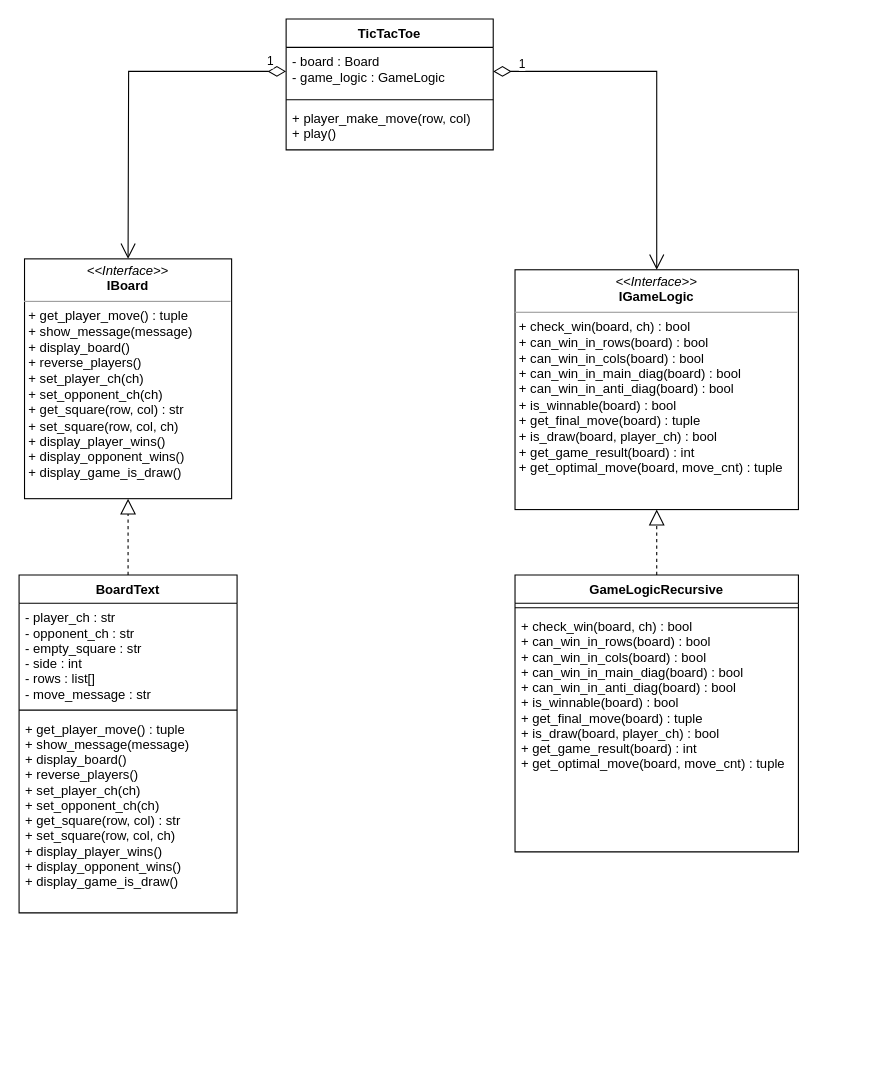
Before: Doc/Class_Diagram.drawio in dimitarnn/PythonTicTacToe, a draw.io diagram. Source tidied: cells renumbered, new cells numbered last; positions are measured from the earlier drawing's top-left corner, leaving out a move shared by most shapes. Both pictures are drawn from the tidied source at 109%, with x=0, y=0 at pixel (19, 19).
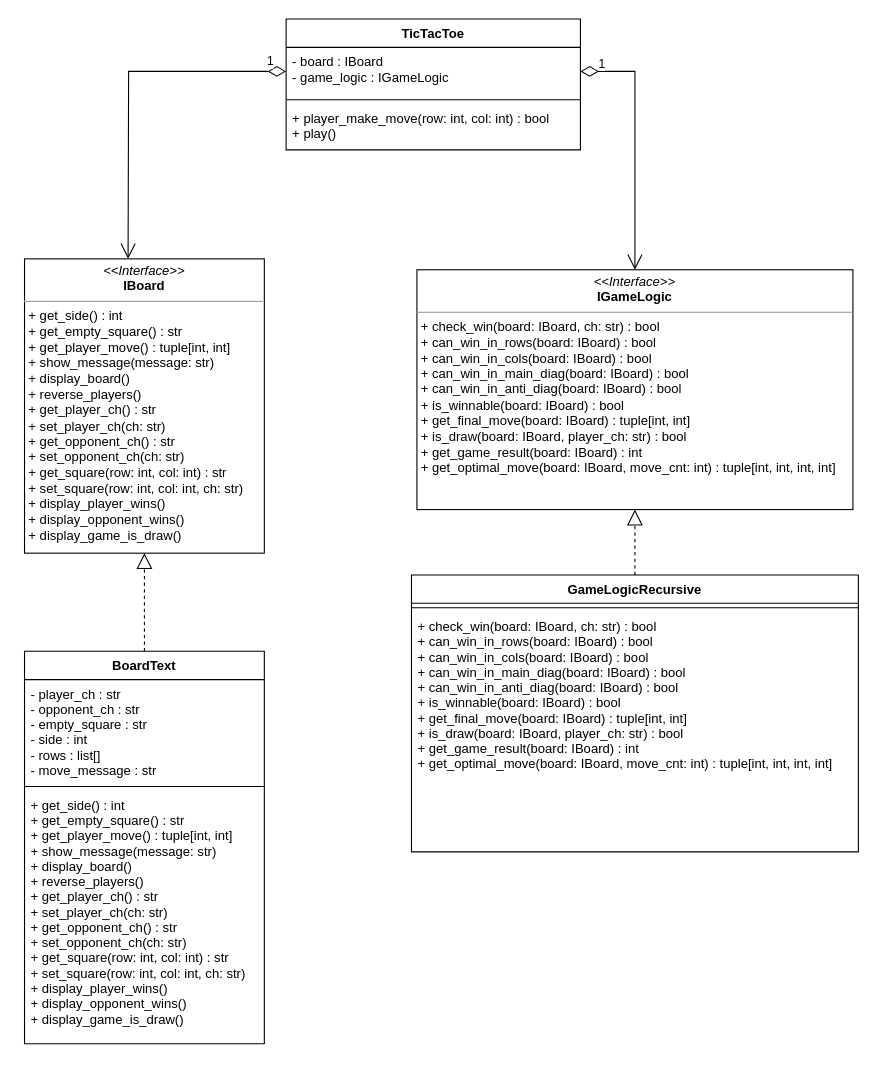
Above is the later version.

Diff of the diagram source:
```diff
@@
 <mxGraphModel>
   <root>
     <mxCell id="0" />
     <mxCell id="1" parent="0" />
     <mxCell id="2" value="GameLogicRecursive" style="swimlane;fontStyle=1;align=center;verticalAlign=top;horizontal=1;startSize=26;" parent="1" vertex="1">
-      <mxGeometry x="455" y="510" width="260" height="254" as="geometry" />
+      <mxGeometry x="360" y="510" width="410" height="254" as="geometry" />
     </mxCell>
-    <mxCell id="3" style="line;strokeWidth=1;fillColor=none;align=left;verticalAlign=middle;spacingTop=-1;spacingLeft=3;spacingRight=3;labelPosition=right;" parent="2" vertex="1">
-      <mxGeometry y="26" width="260" height="8" as="geometry" />
-    </mxCell>
-    <mxCell id="4" value="+ check_win(board, ch) : bool&#10;+ can_win_in_rows(board) : bool&#10;+ can_win_in_cols(board) : bool&#10;+ can_win_in_main_diag(board) : bool&#10;+ can_win_in_anti_diag(board) : bool&#10;+ is_winnable(board) : bool&#10;+ get_final_move(board) : tuple&#10;+ is_draw(board, player_ch) : bool&#10;+ get_game_result(board) : int&#10;+ get_optimal_move(board, move_cnt) : tuple" style="text;strokeColor=none;fillColor=none;align=left;verticalAlign=top;spacingLeft=4;spacingRight=4;overflow=hidden;" parent="2" vertex="1">
-      <mxGeometry y="34" width="260" height="220" as="geometry" />
-    </mxCell>
+    <mxCell id="19" style="line;strokeWidth=1;fillColor=none;align=left;verticalAlign=middle;spacingTop=-1;spacingLeft=3;spacingRight=3;labelPosition=right;" parent="2" vertex="1">
+      <mxGeometry y="26" width="410" height="8" as="geometry" />
+    </mxCell>
+    <mxCell id="20" value="+ check_win(board: IBoard, ch: str) : bool&#10;+ can_win_in_rows(board: IBoard) : bool&#10;+ can_win_in_cols(board: IBoard) : bool&#10;+ can_win_in_main_diag(board: IBoard) : bool&#10;+ can_win_in_anti_diag(board: IBoard) : bool&#10;+ is_winnable(board: IBoard) : bool&#10;+ get_final_move(board: IBoard) : tuple[int, int]&#10;+ is_draw(board: IBoard, player_ch: str) : bool&#10;+ get_game_result(board: IBoard) : int&#10;+ get_optimal_move(board: IBoard, move_cnt: int) : tuple[int, int, int, int]" style="text;strokeColor=none;fillColor=none;align=left;verticalAlign=top;spacingLeft=4;spacingRight=4;overflow=hidden;" parent="2" vertex="1">
+      <mxGeometry y="34" width="410" height="220" as="geometry" />
+    </mxCell>
     <mxCell id="5" value="TicTacToe" style="swimlane;fontStyle=1;align=center;verticalAlign=top;horizontal=1;startSize=26;" parent="1" vertex="1">
-      <mxGeometry x="245" width="190" height="120" as="geometry" />
+      <mxGeometry x="245" width="270" height="120" as="geometry" />
     </mxCell>
-    <mxCell id="6" value="- board : Board&#10;- game_logic : GameLogic" style="text;strokeColor=none;fillColor=none;align=left;verticalAlign=top;spacingLeft=4;spacingRight=4;overflow=hidden;points=[[0,0.5],[1,0.5]];portConstraint=eastwest;" parent="5" vertex="1">
-      <mxGeometry y="26" width="190" height="44" as="geometry" />
-    </mxCell>
-    <mxCell id="7" style="line;strokeWidth=1;fillColor=none;align=left;verticalAlign=middle;spacingTop=-1;spacingLeft=3;spacingRight=3;labelPosition=right;" parent="5" vertex="1">
-      <mxGeometry y="70" width="190" height="8" as="geometry" />
-    </mxCell>
-    <mxCell id="8" value="+ player_make_move(row, col)&#10;+ play()" style="text;strokeColor=none;fillColor=none;align=left;verticalAlign=top;spacingLeft=4;spacingRight=4;overflow=hidden;" parent="5" vertex="1">
-      <mxGeometry y="78" width="190" height="42" as="geometry" />
-    </mxCell>
+    <mxCell id="21" value="- board : IBoard&#10;- game_logic : IGameLogic" style="text;strokeColor=none;fillColor=none;align=left;verticalAlign=top;spacingLeft=4;spacingRight=4;overflow=hidden;points=[[0,0.5],[1,0.5]];portConstraint=eastwest;" parent="5" vertex="1">
+      <mxGeometry y="26" width="270" height="44" as="geometry" />
+    </mxCell>
+    <mxCell id="22" style="line;strokeWidth=1;fillColor=none;align=left;verticalAlign=middle;spacingTop=-1;spacingLeft=3;spacingRight=3;labelPosition=right;" parent="5" vertex="1">
+      <mxGeometry y="70" width="270" height="8" as="geometry" />
+    </mxCell>
+    <mxCell id="23" value="+ player_make_move(row: int, col: int) : bool&#10;+ play()" style="text;strokeColor=none;fillColor=none;align=left;verticalAlign=top;spacingLeft=4;spacingRight=4;overflow=hidden;" parent="5" vertex="1">
+      <mxGeometry y="78" width="270" height="42" as="geometry" />
+    </mxCell>
-    <mxCell id="9" value="1" style="endArrow=open;html=1;endSize=12;startArrow=diamondThin;startSize=14;startFill=0;edgeStyle=orthogonalEdgeStyle;align=left;verticalAlign=bottom;rounded=0;exitX=0;exitY=0.5;exitDx=0;exitDy=0;" parent="1" edge="1" source="6">
+    <mxCell id="9" value="1" style="endArrow=open;html=1;endSize=12;startArrow=diamondThin;startSize=14;startFill=0;edgeStyle=orthogonalEdgeStyle;align=left;verticalAlign=bottom;rounded=0;exitX=0;exitY=0.5;exitDx=0;exitDy=0;" parent="1" edge="1" source="21">
       <mxGeometry x="-0.88" relative="1" as="geometry">
         <mxPoint x="100" y="220" as="targetPoint" />
       </mxGeometry>
     </mxCell>
-    <mxCell id="10" value="1" style="endArrow=open;html=1;endSize=12;startArrow=diamondThin;startSize=14;startFill=0;edgeStyle=orthogonalEdgeStyle;align=left;verticalAlign=bottom;rounded=0;exitX=1;exitY=0.5;exitDx=0;exitDy=0;entryX=0.5;entryY=0;entryDx=0;entryDy=0;" parent="1" edge="1" source="6" target="18">
+    <mxCell id="10" value="1" style="endArrow=open;html=1;endSize=12;startArrow=diamondThin;startSize=14;startFill=0;edgeStyle=orthogonalEdgeStyle;align=left;verticalAlign=bottom;rounded=0;exitX=1;exitY=0.5;exitDx=0;exitDy=0;entryX=0.5;entryY=0;entryDx=0;entryDy=0;" parent="1" edge="1" source="21" target="29">
       <mxGeometry x="-0.87" y="-2" relative="1" as="geometry" />
     </mxCell>
     <mxCell id="11" value="BoardText" style="swimlane;fontStyle=1;align=center;verticalAlign=top;horizontal=1;startSize=26;" parent="1" vertex="1">
-      <mxGeometry y="510" width="200" height="310" as="geometry" />
+      <mxGeometry x="5" y="580" width="220" height="360" as="geometry" />
     </mxCell>
     <mxCell id="12" value="- player_ch : str&#10;- opponent_ch : str&#10;- empty_square : str&#10;- side : int&#10;- rows : list[]&#10;- move_message : str" style="text;strokeColor=none;fillColor=none;align=left;verticalAlign=top;spacingLeft=4;spacingRight=4;overflow=hidden;" parent="11" vertex="1">
-      <mxGeometry y="26" width="200" height="94" as="geometry" />
+      <mxGeometry y="26" width="220" height="94" as="geometry" />
     </mxCell>
-    <mxCell id="13" style="line;strokeWidth=1;fillColor=none;align=left;verticalAlign=middle;spacingTop=-1;spacingLeft=3;spacingRight=3;labelPosition=right;" parent="11" vertex="1">
-      <mxGeometry y="120" width="200" height="8" as="geometry" />
-    </mxCell>
-    <mxCell id="14" value="+ get_player_move() : tuple&#10;+ show_message(message)&#10;+ display_board()&#10;+ reverse_players()&#10;+ set_player_ch(ch)&#10;+ set_opponent_ch(ch)&#10;+ get_square(row, col) : str&#10;+ set_square(row, col, ch)&#10;+ display_player_wins()&#10;+ display_opponent_wins()&#10;+ display_game_is_draw()" style="text;strokeColor=none;fillColor=none;align=left;verticalAlign=top;spacingLeft=4;spacingRight=4;overflow=hidden;" parent="11" vertex="1">
-      <mxGeometry y="128" width="200" height="182" as="geometry" />
-    </mxCell>
-    <mxCell id="15" style="endArrow=block;dashed=1;endFill=0;endSize=12;html=1;rounded=0;exitX=0.5;exitY=0;exitDx=0;exitDy=0;entryX=0.5;entryY=1;entryDx=0;entryDy=0;" parent="1" edge="1" source="2" target="18">
-      <mxGeometry relative="1" as="geometry" />
-    </mxCell>
-    <mxCell id="16" style="endArrow=block;dashed=1;endFill=0;endSize=12;html=1;rounded=0;exitX=0.5;exitY=0;exitDx=0;exitDy=0;entryX=0.5;entryY=1;entryDx=0;entryDy=0;" parent="1" edge="1" source="11" target="17">
-      <mxGeometry relative="1" as="geometry" />
-    </mxCell>
-    <mxCell id="17" value="&lt;p style=&quot;margin: 0px ; margin-top: 4px ; text-align: center&quot;&gt;&lt;i&gt;&amp;lt;&amp;lt;Interface&amp;gt;&amp;gt;&lt;/i&gt;&lt;br&gt;&lt;b&gt;IBoard&lt;/b&gt;&lt;/p&gt;&lt;hr size=&quot;1&quot;&gt;&lt;p style=&quot;margin: 0px ; margin-left: 4px&quot;&gt;+ get_player_move() : tuple&lt;br style=&quot;padding: 0px ; margin: 0px&quot;&gt;+ show_message(message)&lt;br style=&quot;padding: 0px ; margin: 0px&quot;&gt;+ display_board()&lt;br style=&quot;padding: 0px ; margin: 0px&quot;&gt;+ reverse_players()&lt;br style=&quot;padding: 0px ; margin: 0px&quot;&gt;+ set_player_ch(ch)&lt;br style=&quot;padding: 0px ; margin: 0px&quot;&gt;+ set_opponent_ch(ch)&lt;br style=&quot;padding: 0px ; margin: 0px&quot;&gt;+ get_square(row, col) : str&lt;br style=&quot;padding: 0px ; margin: 0px&quot;&gt;+ set_square(row, col, ch)&lt;br style=&quot;padding: 0px ; margin: 0px&quot;&gt;+ display_player_wins()&lt;br style=&quot;padding: 0px ; margin: 0px&quot;&gt;+ display_opponent_wins()&lt;br style=&quot;padding: 0px ; margin: 0px&quot;&gt;+ display_game_is_draw()&lt;br&gt;&lt;/p&gt;" style="verticalAlign=top;align=left;overflow=fill;fontSize=12;fontFamily=Helvetica;html=1;" parent="1" vertex="1">
-      <mxGeometry x="5" y="220" width="190" height="220" as="geometry" />
-    </mxCell>
-    <mxCell id="18" value="&lt;p style=&quot;margin: 0px ; margin-top: 4px ; text-align: center&quot;&gt;&lt;i&gt;&amp;lt;&amp;lt;Interface&amp;gt;&amp;gt;&lt;/i&gt;&lt;br&gt;&lt;b&gt;IGameLogic&lt;/b&gt;&lt;/p&gt;&lt;hr size=&quot;1&quot;&gt;&lt;p style=&quot;margin: 0px ; margin-left: 4px&quot;&gt;+ check_win(board, ch) : bool&lt;br style=&quot;padding: 0px ; margin: 0px&quot;&gt;+ can_win_in_rows(board) : bool&lt;br style=&quot;padding: 0px ; margin: 0px&quot;&gt;+ can_win_in_cols(board) : bool&lt;br style=&quot;padding: 0px ; margin: 0px&quot;&gt;+ can_win_in_main_diag(board) : bool&lt;br style=&quot;padding: 0px ; margin: 0px&quot;&gt;+ can_win_in_anti_diag(board) : bool&lt;br style=&quot;padding: 0px ; margin: 0px&quot;&gt;+ is_winnable(board) : bool&lt;br style=&quot;padding: 0px ; margin: 0px&quot;&gt;+ get_final_move(board) : tuple&lt;br style=&quot;padding: 0px ; margin: 0px&quot;&gt;+ is_draw(board, player_ch) : bool&lt;br style=&quot;padding: 0px ; margin: 0px&quot;&gt;+ get_game_result(board) : int&lt;br style=&quot;padding: 0px ; margin: 0px&quot;&gt;+ get_optimal_move(board, move_cnt) : tuple&lt;br&gt;&lt;/p&gt;" style="verticalAlign=top;align=left;overflow=fill;fontSize=12;fontFamily=Helvetica;html=1;" parent="1" vertex="1">
-      <mxGeometry x="455" y="230" width="260" height="220" as="geometry" />
-    </mxCell>
+    <mxCell id="24" style="line;strokeWidth=1;fillColor=none;align=left;verticalAlign=middle;spacingTop=-1;spacingLeft=3;spacingRight=3;labelPosition=right;" parent="11" vertex="1">
+      <mxGeometry y="120" width="220" height="8" as="geometry" />
+    </mxCell>
+    <mxCell id="25" value="+ get_side() : int&#10;+ get_empty_square() : str&#10;+ get_player_move() : tuple[int, int]&#10;+ show_message(message: str)&#10;+ display_board()&#10;+ reverse_players()&#10;+ get_player_ch() : str&#10;+ set_player_ch(ch: str)&#10;+ get_opponent_ch() : str&#10;+ set_opponent_ch(ch: str)&#10;+ get_square(row: int, col: int) : str&#10;+ set_square(row: int, col: int, ch: str)&#10;+ display_player_wins()&#10;+ display_opponent_wins()&#10;+ display_game_is_draw()" style="text;strokeColor=none;fillColor=none;align=left;verticalAlign=top;spacingLeft=4;spacingRight=4;overflow=hidden;" parent="11" vertex="1">
+      <mxGeometry y="128" width="220" height="232" as="geometry" />
+    </mxCell>
+    <mxCell id="26" style="endArrow=block;dashed=1;endFill=0;endSize=12;html=1;rounded=0;exitX=0.5;exitY=0;exitDx=0;exitDy=0;entryX=0.5;entryY=1;entryDx=0;entryDy=0;" parent="1" edge="1" source="2" target="29">
+      <mxGeometry relative="1" as="geometry" />
+    </mxCell>
+    <mxCell id="27" style="endArrow=block;dashed=1;endFill=0;endSize=12;html=1;rounded=0;exitX=0.5;exitY=0;exitDx=0;exitDy=0;entryX=0.5;entryY=1;entryDx=0;entryDy=0;" parent="1" edge="1" source="11" target="28">
+      <mxGeometry relative="1" as="geometry" />
+    </mxCell>
+    <mxCell id="28" value="&lt;p style=&quot;margin: 0px ; margin-top: 4px ; text-align: center&quot;&gt;&lt;i&gt;&amp;lt;&amp;lt;Interface&amp;gt;&amp;gt;&lt;/i&gt;&lt;br&gt;&lt;b&gt;IBoard&lt;/b&gt;&lt;/p&gt;&lt;hr size=&quot;1&quot;&gt;&lt;p style=&quot;margin: 0px ; margin-left: 4px&quot;&gt;+ get_side() : int&lt;/p&gt;&lt;p style=&quot;margin: 0px ; margin-left: 4px&quot;&gt;+ get_empty_square() : str&lt;/p&gt;&lt;p style=&quot;margin: 0px ; margin-left: 4px&quot;&gt;+ get_player_move() : tuple[int, int]&lt;br style=&quot;padding: 0px ; margin: 0px&quot;&gt;+ show_message(message: str)&lt;br style=&quot;padding: 0px ; margin: 0px&quot;&gt;+ display_board()&lt;br style=&quot;padding: 0px ; margin: 0px&quot;&gt;+ reverse_players()&lt;/p&gt;&lt;p style=&quot;margin: 0px ; margin-left: 4px&quot;&gt;+ get_player_ch() : str&lt;br style=&quot;padding: 0px ; margin: 0px&quot;&gt;+ set_player_ch(ch: str)&lt;/p&gt;&lt;p style=&quot;margin: 0px ; margin-left: 4px&quot;&gt;+ get_opponent_ch() : str&lt;br style=&quot;padding: 0px ; margin: 0px&quot;&gt;+ set_opponent_ch(ch: str)&lt;br style=&quot;padding: 0px ; margin: 0px&quot;&gt;+ get_square(row: int, col: int) : str&lt;br style=&quot;padding: 0px ; margin: 0px&quot;&gt;+ set_square(row: int, col: int, ch: str)&lt;br style=&quot;padding: 0px ; margin: 0px&quot;&gt;+ display_player_wins()&lt;br style=&quot;padding: 0px ; margin: 0px&quot;&gt;+ display_opponent_wins()&lt;br style=&quot;padding: 0px ; margin: 0px&quot;&gt;+ display_game_is_draw()&lt;br&gt;&lt;/p&gt;" style="verticalAlign=top;align=left;overflow=fill;fontSize=12;fontFamily=Helvetica;html=1;" parent="1" vertex="1">
+      <mxGeometry x="5" y="220" width="220" height="270" as="geometry" />
+    </mxCell>
+    <mxCell id="29" value="&lt;p style=&quot;margin: 0px ; margin-top: 4px ; text-align: center&quot;&gt;&lt;i&gt;&amp;lt;&amp;lt;Interface&amp;gt;&amp;gt;&lt;/i&gt;&lt;br&gt;&lt;b&gt;IGameLogic&lt;/b&gt;&lt;/p&gt;&lt;hr size=&quot;1&quot;&gt;&lt;p style=&quot;margin: 0px ; margin-left: 4px&quot;&gt;+ check_win(board: IBoard, ch: str) : bool&lt;br style=&quot;padding: 0px ; margin: 0px&quot;&gt;+ can_win_in_rows(board: IBoard) : bool&lt;br style=&quot;padding: 0px ; margin: 0px&quot;&gt;+ can_win_in_cols(board: IBoard) : bool&lt;br style=&quot;padding: 0px ; margin: 0px&quot;&gt;+ can_win_in_main_diag(board: IBoard) : bool&lt;br style=&quot;padding: 0px ; margin: 0px&quot;&gt;+ can_win_in_anti_diag(board: IBoard) : bool&lt;br style=&quot;padding: 0px ; margin: 0px&quot;&gt;+ is_winnable(board: IBoard) : bool&lt;br style=&quot;padding: 0px ; margin: 0px&quot;&gt;+ get_final_move(board: IBoard) : tuple[int, int]&lt;br style=&quot;padding: 0px ; margin: 0px&quot;&gt;+ is_draw(board: IBoard, player_ch: str) : bool&lt;br style=&quot;padding: 0px ; margin: 0px&quot;&gt;+ get_game_result(board: IBoard) : int&lt;br style=&quot;padding: 0px ; margin: 0px&quot;&gt;+ get_optimal_move(board: IBoard, move_cnt: int) : tuple[int, int, int, int]&lt;br&gt;&lt;/p&gt;" style="verticalAlign=top;align=left;overflow=fill;fontSize=12;fontFamily=Helvetica;html=1;" parent="1" vertex="1">
+      <mxGeometry x="365" y="230" width="400" height="220" as="geometry" />
+    </mxCell>
   </root>
 </mxGraphModel>
```
